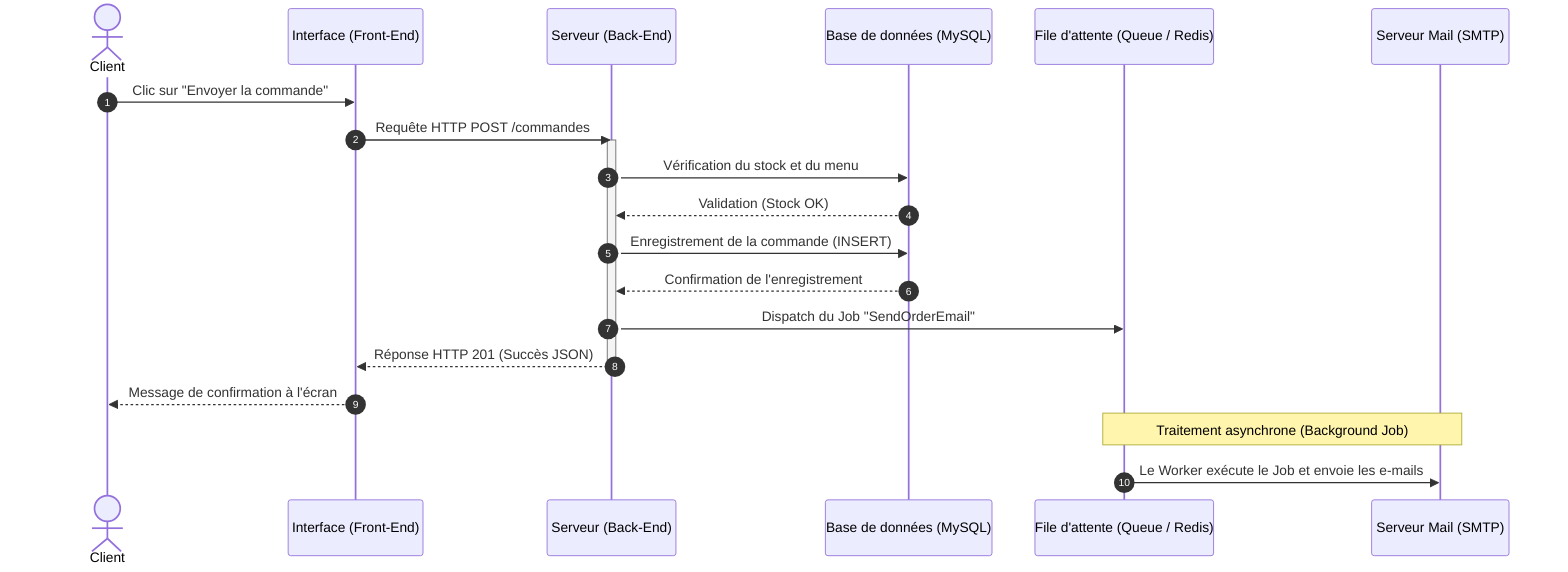
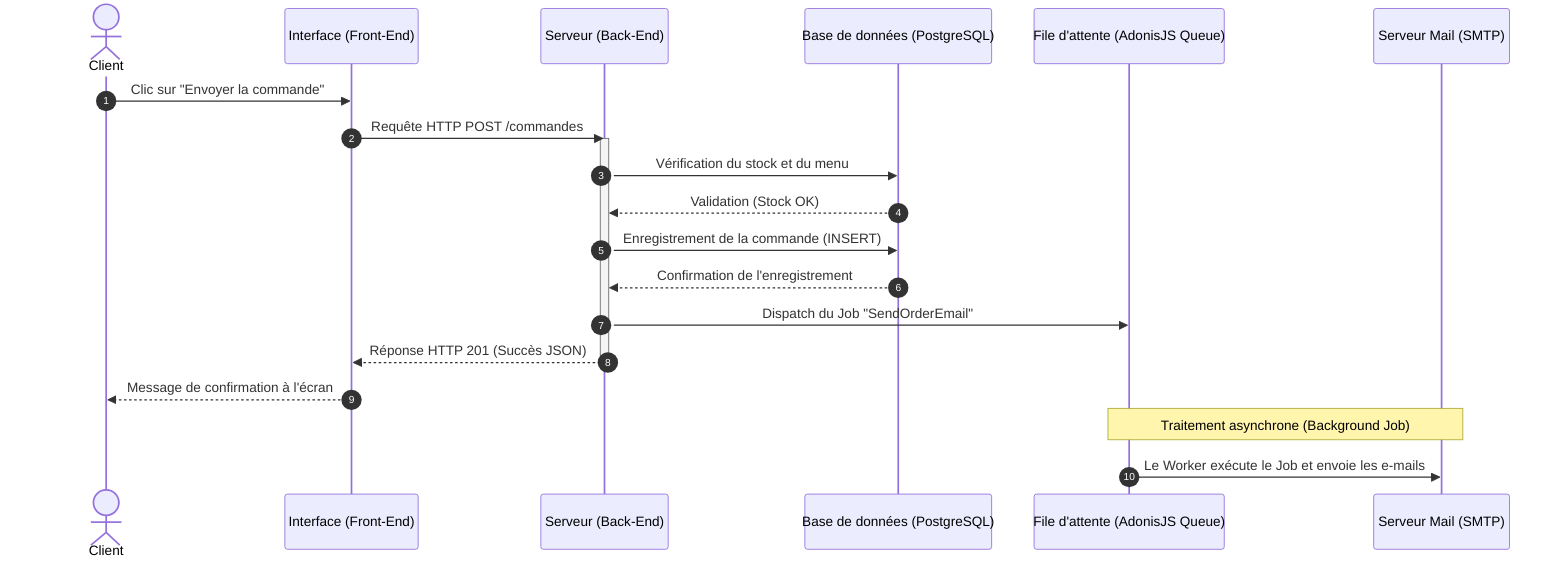
sequenceDiagram
    autonumber
    actor Client
    participant Front as Interface (Front-End)
    participant Back as Serveur (Back-End)
-     participant BDD as Base de données (MySQL)
-     participant Queue as File d'attente (Queue / Redis)
+     participant BDD as Base de données (PostgreSQL)
+     participant Queue as File d'attente (AdonisJS Queue)
    participant Mail as Serveur Mail (SMTP)

    Client->>Front: Clic sur "Envoyer la commande"
    Front->>Back: Requête HTTP POST /commandes
    activate Back

    Back->>BDD: Vérification du stock et du menu
    BDD-->>Back: Validation (Stock OK)

    Back->>BDD: Enregistrement de la commande (INSERT)
    BDD-->>Back: Confirmation de l'enregistrement

-     %% Le serveur délègue la tâche instantanément et n'attend pas le mail
    Back->>Queue: Dispatch du Job "SendOrderEmail"

-     %% Le serveur répond TOUT DE SUITE au client
    Back-->>Front: Réponse HTTP 201 (Succès JSON)
    deactivate Back

    Front-->>Client: Message de confirmation à l'écran

-     %% La suite se passe en arrière-plan (Asynchrone)
    Note over Queue, Mail: Traitement asynchrone (Background Job)
    Queue->>Mail: Le Worker exécute le Job et envoie les e-mails